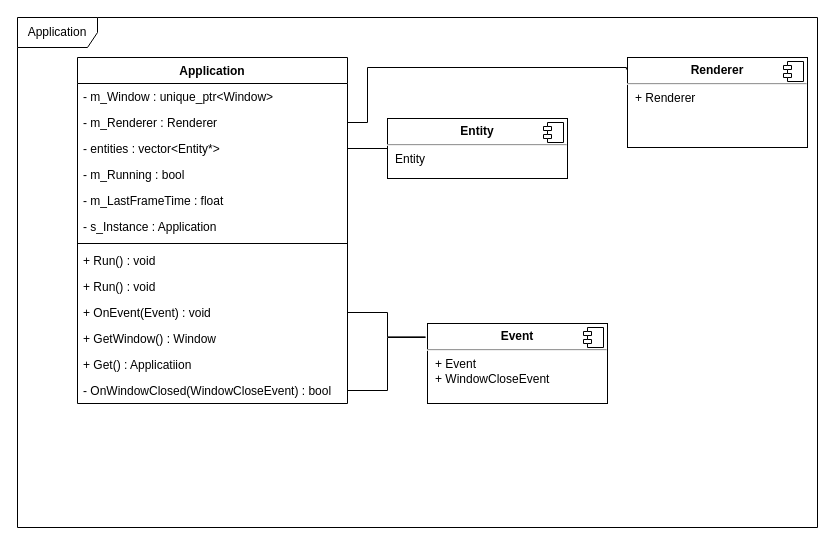
Earlier version of the draw.io diagram page "Application" (4 of 7) of UMLDiagram.drawio (hazN/ECS_Engine). Source tidied: cells renumbered, new cells numbered last; positions are measured from the earlier drawing's top-left corner, leaving out a move shared by most shapes. Both pictures are drawn from the tidied source at 100%, with x=0, y=0 at pixel (17, 17).
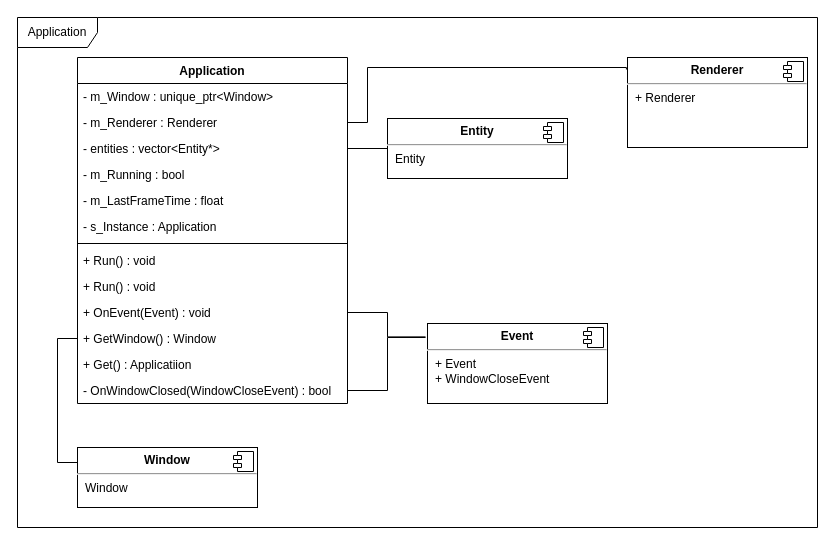
Above is the later version.

Commit message:
Update UMLDiagram : Window

The change refers to these unchanged cells:
```xml
<mxCell id="14" value="+ GetWindow() : Window" style="text;strokeColor=none;fillColor=none;align=left;verticalAlign=top;spacingLeft=4;spacingRight=4;overflow=hidden;points=[[0,0.5],[1,0.5]];portConstraint=eastwest;" parent="3" vertex="1">
  <mxGeometry y="268" width="270" height="26" as="geometry" />
</mxCell>
```

Change to the diagram source:
```diff
@@
+    <mxCell id="28" style="edgeStyle=orthogonalEdgeStyle;rounded=0;jettySize=auto;html=1;exitX=0;exitY=0.25;exitDx=0;exitDy=0;entryX=0;entryY=0.5;entryDx=0;entryDy=0;endArrow=none;endFill=0;" parent="1" edge="1" source="29" target="14">
+      <mxGeometry relative="1" as="geometry" />
+    </mxCell>
+    <mxCell id="29" value="&lt;p style=&quot;margin:0px;margin-top:6px;text-align:center;&quot;&gt;&lt;b&gt;Window&lt;/b&gt;&lt;/p&gt;&lt;hr&gt;&lt;p style=&quot;margin:0px;margin-left:8px;&quot;&gt;Window&lt;/p&gt;" style="align=left;overflow=fill;html=1;" parent="1" vertex="1">
+      <mxGeometry x="60" y="430" width="180" height="60" as="geometry" />
+    </mxCell>
+    <mxCell id="30" style="shape=component;jettyWidth=8;jettyHeight=4;" parent="29" vertex="1">
+      <mxGeometry x="1" width="20" height="20" relative="1" as="geometry">
+        <mxPoint x="-24" y="4" as="offset" />
+      </mxGeometry>
+    </mxCell>
```
